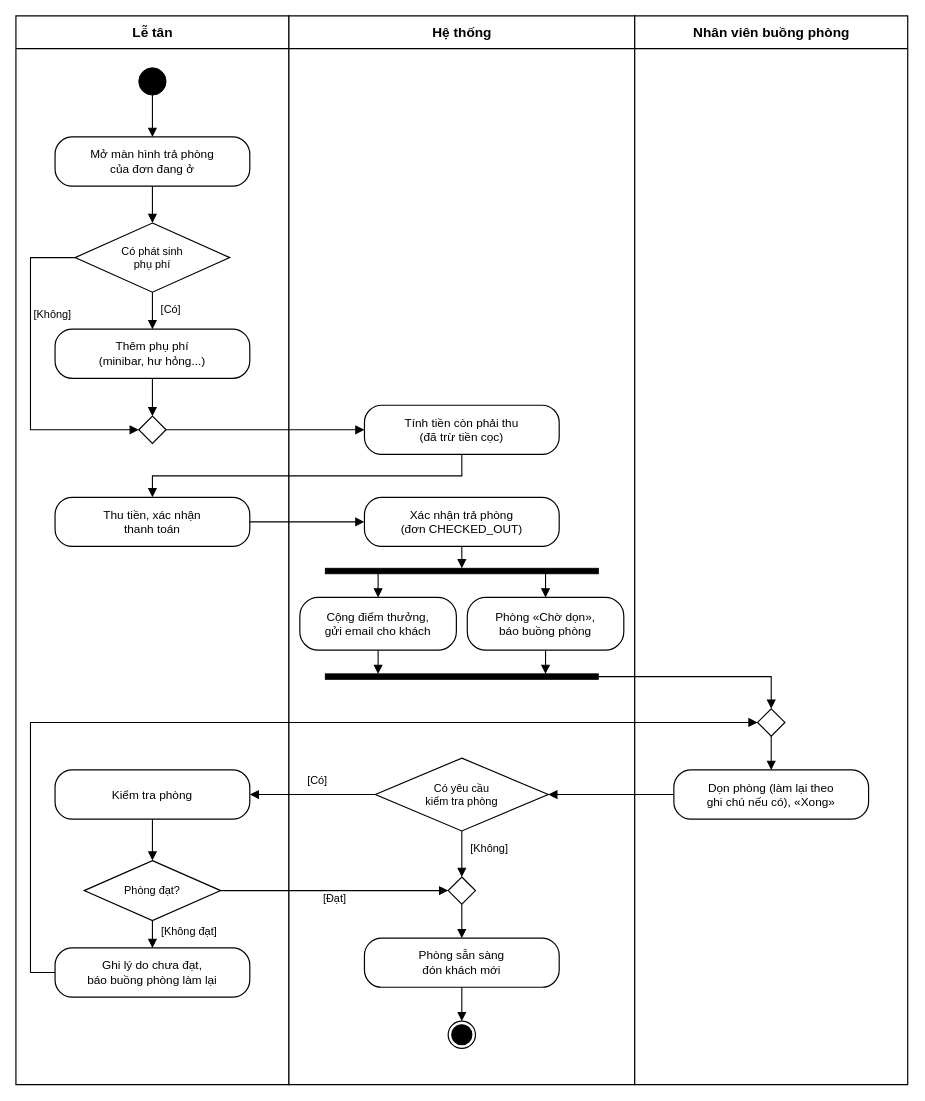
The draw.io diagram docs/thiet-ke/hd-tra-phong-don-phong.drawio in ngynquchn2511/beach-hotel, before the edit. Source tidied: cells renumbered, new cells numbered last; positions are measured from the earlier drawing's top-left corner, leaving out a move shared by most shapes. Both pictures are drawn from the tidied source at 91%, with x=0, y=0 at pixel (15, 15).
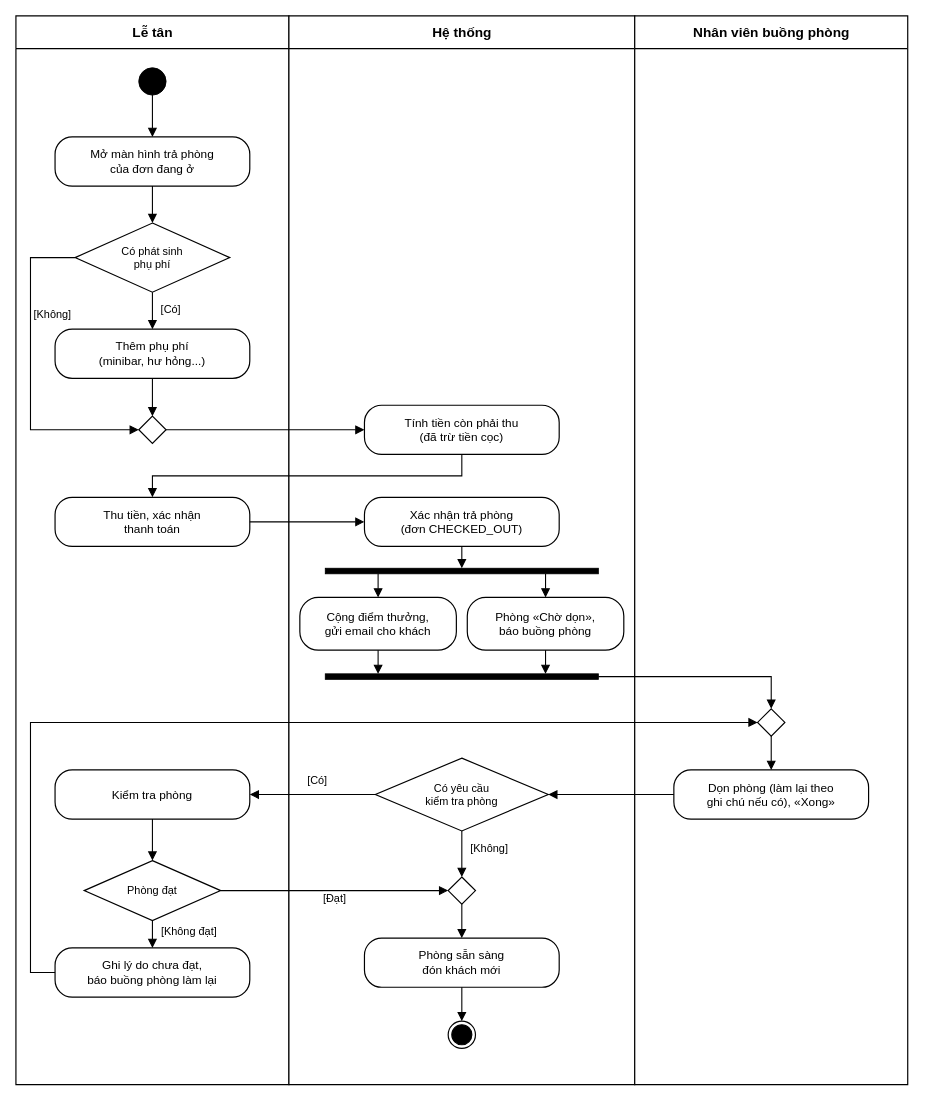
The same diagram, later.

The edit, as a diff of the source:
```diff
@@
-    <mxCell id="17" value="Phòng đạt?" style="fontFamily=Arial;fontColor=#000000;rhombus;whiteSpace=wrap;html=1;fillColor=#FFFFFF;strokeColor=#000000;strokeWidth=1.3;fontSize=12;" parent="1" vertex="1">
+    <mxCell id="17" value="Phòng đạt" style="fontFamily=Arial;fontColor=#000000;rhombus;whiteSpace=wrap;html=1;fillColor=#FFFFFF;strokeColor=#000000;strokeWidth=1.3;fontSize=12;" parent="1" vertex="1">
       <mxGeometry x="75" y="928.2" width="150" height="66" as="geometry" />
     </mxCell>
```
